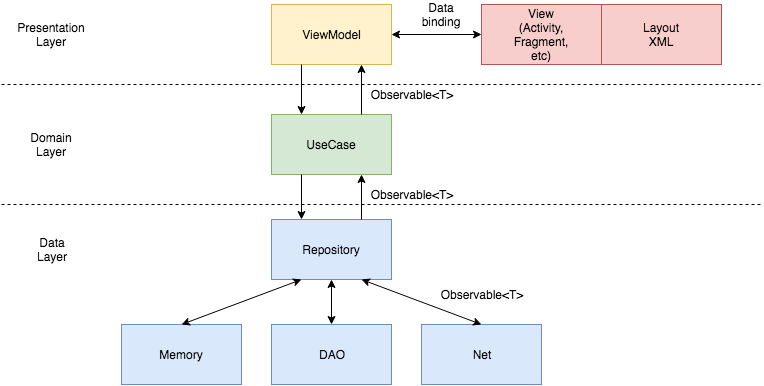
Before: art/diagram.png, a diagram exported from draw.io (kobakei/Anago). Source tidied: cells renumbered, new cells last; positions are measured from the earlier drawing's top-left corner, leaving out a move shared by most shapes. Source of this version:
```xml
<mxGraphModel background="#ffffff">
  <root>
    <mxCell id="0" />
    <mxCell id="1" parent="0" />
    <mxCell id="2" style="whiteSpace=wrap;html=1;fillColor=#fff2cc;strokeColor=#d6b656;" parent="1" vertex="1">
      <mxGeometry x="270" width="120" height="60" as="geometry" />
    </mxCell>
    <mxCell id="3" value="ViewModel" style="text;html=1;strokeColor=none;fillColor=none;align=center;verticalAlign=middle;whiteSpace=wrap;" parent="1" vertex="1">
      <mxGeometry x="310" y="20" width="40" height="20" as="geometry" />
    </mxCell>
    <mxCell id="4" style="whiteSpace=wrap;html=1;fillColor=#d5e8d4;strokeColor=#82b366;" parent="1" vertex="1">
      <mxGeometry x="270" y="110" width="120" height="60" as="geometry" />
    </mxCell>
    <mxCell id="5" value="UseCase" style="text;html=1;strokeColor=none;fillColor=none;align=center;verticalAlign=middle;whiteSpace=wrap;" parent="1" vertex="1">
      <mxGeometry x="310" y="130" width="40" height="20" as="geometry" />
    </mxCell>
    <mxCell id="6" style="whiteSpace=wrap;html=1;fillColor=#dae8fc;strokeColor=#6c8ebf;" parent="1" vertex="1">
      <mxGeometry x="270" y="215" width="120" height="60" as="geometry" />
    </mxCell>
    <mxCell id="7" value="Repository" style="text;html=1;strokeColor=none;fillColor=none;align=center;verticalAlign=middle;whiteSpace=wrap;" parent="1" vertex="1">
      <mxGeometry x="310" y="235" width="40" height="20" as="geometry" />
    </mxCell>
    <mxCell id="8" style="whiteSpace=wrap;html=1;fillColor=#dae8fc;strokeColor=#6c8ebf;" parent="1" vertex="1">
      <mxGeometry x="270" y="320" width="120" height="60" as="geometry" />
    </mxCell>
    <mxCell id="9" value="DAO" style="text;html=1;strokeColor=none;fillColor=none;align=center;verticalAlign=middle;whiteSpace=wrap;" parent="1" vertex="1">
      <mxGeometry x="310" y="340" width="40" height="20" as="geometry" />
    </mxCell>
    <mxCell id="10" style="whiteSpace=wrap;html=1;fillColor=#dae8fc;strokeColor=#6c8ebf;" parent="1" vertex="1">
      <mxGeometry x="420" y="320" width="120" height="60" as="geometry" />
    </mxCell>
    <mxCell id="11" value="Net" style="text;html=1;strokeColor=none;fillColor=none;align=center;verticalAlign=middle;whiteSpace=wrap;" parent="1" vertex="1">
      <mxGeometry x="460" y="340" width="40" height="20" as="geometry" />
    </mxCell>
    <mxCell id="12" style="whiteSpace=wrap;html=1;fillColor=#dae8fc;strokeColor=#6c8ebf;" parent="1" vertex="1">
      <mxGeometry x="120" y="320" width="120" height="60" as="geometry" />
    </mxCell>
    <mxCell id="13" value="Memory" style="text;html=1;strokeColor=none;fillColor=none;align=center;verticalAlign=middle;whiteSpace=wrap;" parent="1" vertex="1">
      <mxGeometry x="160" y="340" width="40" height="20" as="geometry" />
    </mxCell>
    <mxCell id="14" style="whiteSpace=wrap;html=1;fillColor=#f8cecc;strokeColor=#b85450;" parent="1" vertex="1">
      <mxGeometry x="480" width="120" height="60" as="geometry" />
    </mxCell>
    <mxCell id="15" value="View&lt;div&gt;(Activity, Fragment, etc)&lt;/div&gt;" style="text;html=1;strokeColor=none;fillColor=none;align=center;verticalAlign=middle;whiteSpace=wrap;" parent="1" vertex="1">
      <mxGeometry x="520" y="20" width="40" height="20" as="geometry" />
    </mxCell>
    <mxCell id="16" style="endArrow=classic;startArrow=classic;html=1;exitX=0.5;exitY=0;entryX=0.25;entryY=1;" parent="1" edge="1" source="12" target="6">
      <mxGeometry relative="1" as="geometry" />
    </mxCell>
    <mxCell id="17" style="endArrow=classic;startArrow=classic;html=1;exitX=0.5;exitY=1;entryX=0.5;entryY=0;" parent="1" edge="1" source="6" target="8">
      <mxGeometry relative="1" as="geometry" />
    </mxCell>
    <mxCell id="18" style="endArrow=classic;startArrow=classic;html=1;exitX=0.75;exitY=1;entryX=0.5;entryY=0;" parent="1" edge="1" source="6" target="10">
      <mxGeometry relative="1" as="geometry" />
    </mxCell>
    <mxCell id="19" style="endArrow=classic;startArrow=classic;html=1;exitX=1;exitY=0.5;entryX=0;entryY=0.5;" parent="1" edge="1" source="2" target="14">
      <mxGeometry relative="1" as="geometry" />
    </mxCell>
    <mxCell id="20" style="whiteSpace=wrap;html=1;fillColor=#f8cecc;strokeColor=#b85450;" parent="1" vertex="1">
      <mxGeometry x="600" width="120" height="60" as="geometry" />
    </mxCell>
    <mxCell id="21" value="Layout XML" style="text;html=1;strokeColor=none;fillColor=none;align=center;verticalAlign=middle;whiteSpace=wrap;" parent="1" vertex="1">
      <mxGeometry x="640" y="20" width="40" height="20" as="geometry" />
    </mxCell>
    <mxCell id="22" value="Data binding" style="text;html=1;strokeColor=none;fillColor=none;align=center;verticalAlign=middle;whiteSpace=wrap;" parent="1" vertex="1">
      <mxGeometry x="420" width="40" height="20" as="geometry" />
    </mxCell>
    <mxCell id="23" style="endArrow=classic;html=1;exitX=0.25;exitY=1;entryX=0.25;entryY=0;" parent="1" edge="1" source="2" target="4">
      <mxGeometry relative="1" as="geometry" />
    </mxCell>
    <mxCell id="24" style="endArrow=classic;html=1;exitX=0.25;exitY=1;entryX=0.25;entryY=0;" parent="1" edge="1" source="4" target="6">
      <mxGeometry relative="1" as="geometry" />
    </mxCell>
    <mxCell id="25" style="endArrow=classic;html=1;exitX=0.75;exitY=0;entryX=0.75;entryY=1;" parent="1" edge="1" source="4" target="2">
      <mxGeometry relative="1" as="geometry" />
    </mxCell>
    <mxCell id="26" style="endArrow=classic;html=1;exitX=0.75;exitY=0;entryX=0.75;entryY=1;" parent="1" edge="1" source="6" target="4">
      <mxGeometry relative="1" as="geometry" />
    </mxCell>
    <mxCell id="27" value="Observable&amp;lt;T&amp;gt;" style="text;html=1;strokeColor=none;fillColor=none;align=center;verticalAlign=middle;whiteSpace=wrap;" parent="1" vertex="1">
      <mxGeometry x="390" y="80" width="40" height="20" as="geometry" />
    </mxCell>
    <mxCell id="28" value="Observable&amp;lt;T&amp;gt;" style="text;html=1;strokeColor=none;fillColor=none;align=center;verticalAlign=middle;whiteSpace=wrap;" parent="1" vertex="1">
      <mxGeometry x="390" y="180" width="40" height="20" as="geometry" />
    </mxCell>
    <mxCell id="29" value="Observable&amp;lt;T&amp;gt;" style="text;html=1;strokeColor=none;fillColor=none;align=center;verticalAlign=middle;whiteSpace=wrap;" parent="1" vertex="1">
      <mxGeometry x="460" y="280" width="40" height="20" as="geometry" />
    </mxCell>
    <mxCell id="30" style="endArrow=none;dashed=1;html=1;" parent="1" edge="1">
      <mxGeometry relative="1" as="geometry">
        <mxPoint y="80" as="sourcePoint" />
        <mxPoint x="760" y="80" as="targetPoint" />
      </mxGeometry>
    </mxCell>
    <mxCell id="31" style="endArrow=none;dashed=1;html=1;" parent="1" edge="1">
      <mxGeometry relative="1" as="geometry">
        <mxPoint y="200" as="sourcePoint" />
        <mxPoint x="760" y="200" as="targetPoint" />
      </mxGeometry>
    </mxCell>
    <mxCell id="32" value="Presentation Layer" style="text;html=1;strokeColor=none;fillColor=none;align=center;verticalAlign=middle;whiteSpace=wrap;" parent="1" vertex="1">
      <mxGeometry x="30" y="20" width="40" height="20" as="geometry" />
    </mxCell>
    <mxCell id="33" value="Domain Layer" style="text;html=1;strokeColor=none;fillColor=none;align=center;verticalAlign=middle;whiteSpace=wrap;" parent="1" vertex="1">
      <mxGeometry x="30" y="130" width="40" height="20" as="geometry" />
    </mxCell>
    <mxCell id="34" value="Data&lt;div&gt;Layer&lt;/div&gt;" style="text;html=1;strokeColor=none;fillColor=none;align=center;verticalAlign=middle;whiteSpace=wrap;" parent="1" vertex="1">
      <mxGeometry x="30" y="235" width="40" height="20" as="geometry" />
    </mxCell>
  </root>
</mxGraphModel>
```
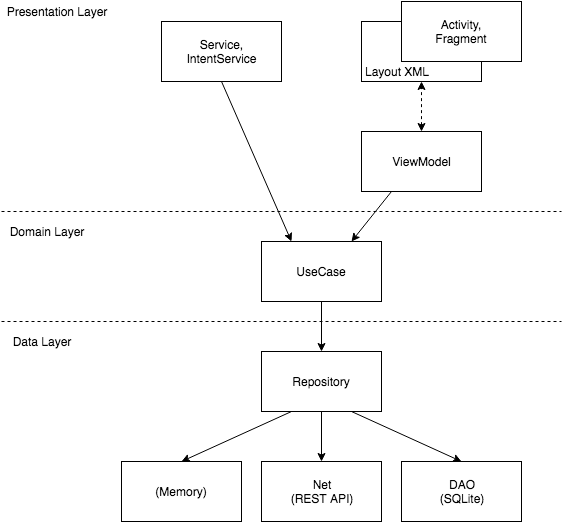
Above is the later version.

The edit, as a diff of the source:
```diff
@@ -2,110 +2,101 @@
   <root>
     <mxCell id="0" />
     <mxCell id="1" parent="0" />
-    <mxCell id="2" style="whiteSpace=wrap;html=1;fillColor=#fff2cc;strokeColor=#d6b656;" parent="1" vertex="1">
-      <mxGeometry x="270" width="120" height="60" as="geometry" />
-    </mxCell>
-    <mxCell id="3" value="ViewModel" style="text;html=1;strokeColor=none;fillColor=none;align=center;verticalAlign=middle;whiteSpace=wrap;" parent="1" vertex="1">
-      <mxGeometry x="310" y="20" width="40" height="20" as="geometry" />
+    <mxCell id="3" style="whiteSpace=wrap;html=1;" parent="1" vertex="1">
+      <mxGeometry x="400" y="110" width="120" height="60" as="geometry" />
     </mxCell>
-    <mxCell id="4" style="whiteSpace=wrap;html=1;fillColor=#d5e8d4;strokeColor=#82b366;" parent="1" vertex="1">
-      <mxGeometry x="270" y="110" width="120" height="60" as="geometry" />
+    <mxCell id="4" value="ViewModel" style="text;html=1;strokeColor=none;fillColor=none;align=center;verticalAlign=middle;whiteSpace=wrap;" parent="1" vertex="1">
+      <mxGeometry x="440" y="130" width="40" height="20" as="geometry" />
     </mxCell>
-    <mxCell id="5" value="UseCase" style="text;html=1;strokeColor=none;fillColor=none;align=center;verticalAlign=middle;whiteSpace=wrap;" parent="1" vertex="1">
-      <mxGeometry x="310" y="130" width="40" height="20" as="geometry" />
+    <mxCell id="5" style="whiteSpace=wrap;html=1;" parent="1" vertex="1">
+      <mxGeometry x="400" width="120" height="60" as="geometry" />
     </mxCell>
-    <mxCell id="6" style="whiteSpace=wrap;html=1;fillColor=#dae8fc;strokeColor=#6c8ebf;" parent="1" vertex="1">
-      <mxGeometry x="270" y="215" width="120" height="60" as="geometry" />
+    <mxCell id="6" value="Layout XML" style="text;html=1;strokeColor=none;fillColor=none;align=center;verticalAlign=middle;whiteSpace=wrap;" parent="1" vertex="1">
+      <mxGeometry x="400" y="40" width="70" height="20" as="geometry" />
     </mxCell>
-    <mxCell id="7" value="Repository" style="text;html=1;strokeColor=none;fillColor=none;align=center;verticalAlign=middle;whiteSpace=wrap;" parent="1" vertex="1">
-      <mxGeometry x="310" y="235" width="40" height="20" as="geometry" />
+    <mxCell id="7" style="whiteSpace=wrap;html=1;" parent="1" vertex="1">
+      <mxGeometry x="440" y="-20" width="120" height="60" as="geometry" />
     </mxCell>
-    <mxCell id="8" style="whiteSpace=wrap;html=1;fillColor=#dae8fc;strokeColor=#6c8ebf;" parent="1" vertex="1">
-      <mxGeometry x="270" y="320" width="120" height="60" as="geometry" />
+    <mxCell id="8" value="Activity, Fragment" style="text;html=1;strokeColor=none;fillColor=none;align=center;verticalAlign=middle;whiteSpace=wrap;" parent="1" vertex="1">
+      <mxGeometry x="480" width="40" height="20" as="geometry" />
     </mxCell>
-    <mxCell id="9" value="DAO" style="text;html=1;strokeColor=none;fillColor=none;align=center;verticalAlign=middle;whiteSpace=wrap;" parent="1" vertex="1">
-      <mxGeometry x="310" y="340" width="40" height="20" as="geometry" />
-    </mxCell>
-    <mxCell id="10" style="whiteSpace=wrap;html=1;fillColor=#dae8fc;strokeColor=#6c8ebf;" parent="1" vertex="1">
-      <mxGeometry x="420" y="320" width="120" height="60" as="geometry" />
+    <mxCell id="10" style="endArrow=classic;startArrow=classic;html=1;entryX=0.5;entryY=1;exitX=0.5;exitY=0;dashed=1;" parent="1" edge="1" source="3" target="5">
+      <mxGeometry relative="1" as="geometry" />
     </mxCell>
-    <mxCell id="11" value="Net" style="text;html=1;strokeColor=none;fillColor=none;align=center;verticalAlign=middle;whiteSpace=wrap;" parent="1" vertex="1">
-      <mxGeometry x="460" y="340" width="40" height="20" as="geometry" />
+    <mxCell id="11" style="whiteSpace=wrap;html=1;" parent="1" vertex="1">
+      <mxGeometry x="300" y="220" width="120" height="60" as="geometry" />
     </mxCell>
-    <mxCell id="12" style="whiteSpace=wrap;html=1;fillColor=#dae8fc;strokeColor=#6c8ebf;" parent="1" vertex="1">
-      <mxGeometry x="120" y="320" width="120" height="60" as="geometry" />
+    <mxCell id="12" style="whiteSpace=wrap;html=1;" parent="1" vertex="1">
+      <mxGeometry x="200" width="120" height="60" as="geometry" />
     </mxCell>
-    <mxCell id="13" value="Memory" style="text;html=1;strokeColor=none;fillColor=none;align=center;verticalAlign=middle;whiteSpace=wrap;" parent="1" vertex="1">
-      <mxGeometry x="160" y="340" width="40" height="20" as="geometry" />
+    <mxCell id="13" value="Service, IntentService" style="text;html=1;strokeColor=none;fillColor=none;align=center;verticalAlign=middle;whiteSpace=wrap;" parent="1" vertex="1">
+      <mxGeometry x="240" y="20" width="40" height="20" as="geometry" />
     </mxCell>
-    <mxCell id="14" style="whiteSpace=wrap;html=1;fillColor=#f8cecc;strokeColor=#b85450;" parent="1" vertex="1">
-      <mxGeometry x="480" width="120" height="60" as="geometry" />
+    <mxCell id="14" style="endArrow=classic;html=1;exitX=0.5;exitY=1;entryX=0.25;entryY=0;" parent="1" edge="1" source="12" target="11">
+      <mxGeometry relative="1" as="geometry" />
     </mxCell>
-    <mxCell id="15" value="View&lt;div&gt;(Activity, Fragment, etc)&lt;/div&gt;" style="text;html=1;strokeColor=none;fillColor=none;align=center;verticalAlign=middle;whiteSpace=wrap;" parent="1" vertex="1">
-      <mxGeometry x="520" y="20" width="40" height="20" as="geometry" />
+    <mxCell id="15" style="endArrow=classic;html=1;exitX=0.25;exitY=1;entryX=0.75;entryY=0;" parent="1" edge="1" source="3" target="11">
+      <mxGeometry relative="1" as="geometry" />
     </mxCell>
-    <mxCell id="16" style="endArrow=classic;startArrow=classic;html=1;exitX=0.5;exitY=0;entryX=0.25;entryY=1;" parent="1" edge="1" source="12" target="6">
-      <mxGeometry relative="1" as="geometry" />
-    </mxCell>
-    <mxCell id="17" style="endArrow=classic;startArrow=classic;html=1;exitX=0.5;exitY=1;entryX=0.5;entryY=0;" parent="1" edge="1" source="6" target="8">
-      <mxGeometry relative="1" as="geometry" />
-    </mxCell>
-    <mxCell id="18" style="endArrow=classic;startArrow=classic;html=1;exitX=0.75;exitY=1;entryX=0.5;entryY=0;" parent="1" edge="1" source="6" target="10">
-      <mxGeometry relative="1" as="geometry" />
-    </mxCell>
+    <mxCell id="35" value="UseCase" style="text;html=1;strokeColor=none;fillColor=none;align=center;verticalAlign=middle;whiteSpace=wrap;" parent="1" vertex="1">
+      <mxGeometry x="340" y="240" width="40" height="20" as="geometry" />
+    </mxCell>
+    <mxCell id="36" style="whiteSpace=wrap;html=1;" parent="1" vertex="1">
+      <mxGeometry x="300" y="330" width="120" height="60" as="geometry" />
+    </mxCell>
+    <mxCell id="37" value="Repository" style="text;html=1;strokeColor=none;fillColor=none;align=center;verticalAlign=middle;whiteSpace=wrap;" parent="1" vertex="1">
+      <mxGeometry x="340" y="350" width="40" height="20" as="geometry" />
+    </mxCell>
-    <mxCell id="19" style="endArrow=classic;startArrow=classic;html=1;exitX=1;exitY=0.5;entryX=0;entryY=0.5;" parent="1" edge="1" source="2" target="14">
-      <mxGeometry relative="1" as="geometry" />
+    <mxCell id="19" style="whiteSpace=wrap;html=1;" parent="1" vertex="1">
+      <mxGeometry x="300" y="440" width="120" height="60" as="geometry" />
     </mxCell>
+    <mxCell id="38" style="whiteSpace=wrap;html=1;" parent="1" vertex="1">
+      <mxGeometry x="160" y="440" width="120" height="60" as="geometry" />
+    </mxCell>
+    <mxCell id="39" style="whiteSpace=wrap;html=1;" parent="1" vertex="1">
+      <mxGeometry x="440" y="440" width="120" height="60" as="geometry" />
+    </mxCell>
-    <mxCell id="20" style="whiteSpace=wrap;html=1;fillColor=#f8cecc;strokeColor=#b85450;" parent="1" vertex="1">
-      <mxGeometry x="600" width="120" height="60" as="geometry" />
+    <mxCell id="20" value="Net&lt;div&gt;(REST API)&lt;/div&gt;" style="text;html=1;strokeColor=none;fillColor=none;align=center;verticalAlign=middle;whiteSpace=wrap;" parent="1" vertex="1">
+      <mxGeometry x="320" y="460" width="80" height="20" as="geometry" />
     </mxCell>
-    <mxCell id="21" value="Layout XML" style="text;html=1;strokeColor=none;fillColor=none;align=center;verticalAlign=middle;whiteSpace=wrap;" parent="1" vertex="1">
-      <mxGeometry x="640" y="20" width="40" height="20" as="geometry" />
+    <mxCell id="21" value="(Memory)" style="text;html=1;strokeColor=none;fillColor=none;align=center;verticalAlign=middle;whiteSpace=wrap;" parent="1" vertex="1">
+      <mxGeometry x="200" y="460" width="40" height="20" as="geometry" />
     </mxCell>
-    <mxCell id="22" value="Data binding" style="text;html=1;strokeColor=none;fillColor=none;align=center;verticalAlign=middle;whiteSpace=wrap;" parent="1" vertex="1">
-      <mxGeometry x="420" width="40" height="20" as="geometry" />
+    <mxCell id="22" value="DAO&lt;div&gt;(SQLite)&lt;/div&gt;" style="text;html=1;strokeColor=none;fillColor=none;align=center;verticalAlign=middle;whiteSpace=wrap;" parent="1" vertex="1">
+      <mxGeometry x="480" y="460" width="40" height="20" as="geometry" />
     </mxCell>
-    <mxCell id="23" style="endArrow=classic;html=1;exitX=0.25;exitY=1;entryX=0.25;entryY=0;" parent="1" edge="1" source="2" target="4">
+    <mxCell id="23" style="endArrow=classic;html=1;exitX=0.5;exitY=1;entryX=0.5;entryY=0;" parent="1" edge="1" source="11" target="36">
       <mxGeometry relative="1" as="geometry" />
     </mxCell>
-    <mxCell id="24" style="endArrow=classic;html=1;exitX=0.25;exitY=1;entryX=0.25;entryY=0;" parent="1" edge="1" source="4" target="6">
+    <mxCell id="24" style="endArrow=classic;html=1;exitX=0.5;exitY=1;entryX=0.5;entryY=0;" parent="1" edge="1" source="36" target="19">
       <mxGeometry relative="1" as="geometry" />
     </mxCell>
-    <mxCell id="25" style="endArrow=classic;html=1;exitX=0.75;exitY=0;entryX=0.75;entryY=1;" parent="1" edge="1" source="4" target="2">
+    <mxCell id="25" style="endArrow=classic;html=1;entryX=0.5;entryY=0;exitX=0.25;exitY=1;" parent="1" edge="1" source="36" target="38">
       <mxGeometry relative="1" as="geometry" />
     </mxCell>
-    <mxCell id="26" style="endArrow=classic;html=1;exitX=0.75;exitY=0;entryX=0.75;entryY=1;" parent="1" edge="1" source="6" target="4">
+    <mxCell id="26" style="endArrow=classic;html=1;exitX=0.75;exitY=1;entryX=0.5;entryY=0;" parent="1" edge="1" source="36" target="39">
       <mxGeometry relative="1" as="geometry" />
     </mxCell>
-    <mxCell id="27" value="Observable&amp;lt;T&amp;gt;" style="text;html=1;strokeColor=none;fillColor=none;align=center;verticalAlign=middle;whiteSpace=wrap;" parent="1" vertex="1">
-      <mxGeometry x="390" y="80" width="40" height="20" as="geometry" />
-    </mxCell>
-    <mxCell id="28" value="Observable&amp;lt;T&amp;gt;" style="text;html=1;strokeColor=none;fillColor=none;align=center;verticalAlign=middle;whiteSpace=wrap;" parent="1" vertex="1">
-      <mxGeometry x="390" y="180" width="40" height="20" as="geometry" />
+    <mxCell id="28" style="endArrow=none;dashed=1;html=1;" parent="1" edge="1">
+      <mxGeometry relative="1" as="geometry">
+        <mxPoint x="40" y="190" as="sourcePoint" />
+        <mxPoint x="600" y="190" as="targetPoint" />
+      </mxGeometry>
     </mxCell>
-    <mxCell id="29" value="Observable&amp;lt;T&amp;gt;" style="text;html=1;strokeColor=none;fillColor=none;align=center;verticalAlign=middle;whiteSpace=wrap;" parent="1" vertex="1">
-      <mxGeometry x="460" y="280" width="40" height="20" as="geometry" />
+    <mxCell id="29" style="endArrow=none;dashed=1;html=1;" parent="1" edge="1">
+      <mxGeometry relative="1" as="geometry">
+        <mxPoint x="40" y="300" as="sourcePoint" />
+        <mxPoint x="600" y="300" as="targetPoint" />
+      </mxGeometry>
     </mxCell>
-    <mxCell id="30" style="endArrow=none;dashed=1;html=1;" parent="1" edge="1">
-      <mxGeometry relative="1" as="geometry">
-        <mxPoint y="80" as="sourcePoint" />
-        <mxPoint x="760" y="80" as="targetPoint" />
-      </mxGeometry>
+    <mxCell id="30" value="Presentation Layer" style="text;html=1;strokeColor=none;fillColor=none;align=center;verticalAlign=middle;whiteSpace=wrap;" parent="1" vertex="1">
+      <mxGeometry x="40" y="-20" width="110" height="20" as="geometry" />
     </mxCell>
-    <mxCell id="31" style="endArrow=none;dashed=1;html=1;" parent="1" edge="1">
-      <mxGeometry relative="1" as="geometry">
-        <mxPoint y="200" as="sourcePoint" />
-        <mxPoint x="760" y="200" as="targetPoint" />
-      </mxGeometry>
+    <mxCell id="31" value="Domain Layer" style="text;html=1;strokeColor=none;fillColor=none;align=center;verticalAlign=middle;whiteSpace=wrap;" parent="1" vertex="1">
+      <mxGeometry x="40" y="200" width="90" height="20" as="geometry" />
     </mxCell>
-    <mxCell id="32" value="Presentation Layer" style="text;html=1;strokeColor=none;fillColor=none;align=center;verticalAlign=middle;whiteSpace=wrap;" parent="1" vertex="1">
-      <mxGeometry x="30" y="20" width="40" height="20" as="geometry" />
-    </mxCell>
-    <mxCell id="33" value="Domain Layer" style="text;html=1;strokeColor=none;fillColor=none;align=center;verticalAlign=middle;whiteSpace=wrap;" parent="1" vertex="1">
-      <mxGeometry x="30" y="130" width="40" height="20" as="geometry" />
-    </mxCell>
-    <mxCell id="34" value="Data&lt;div&gt;Layer&lt;/div&gt;" style="text;html=1;strokeColor=none;fillColor=none;align=center;verticalAlign=middle;whiteSpace=wrap;" parent="1" vertex="1">
-      <mxGeometry x="30" y="235" width="40" height="20" as="geometry" />
+    <mxCell id="34" value="Data Layer" style="text;html=1;strokeColor=none;fillColor=none;align=center;verticalAlign=middle;whiteSpace=wrap;" parent="1" vertex="1">
+      <mxGeometry x="40" y="310" width="80" height="20" as="geometry" />
     </mxCell>
   </root>
 </mxGraphModel>
```
